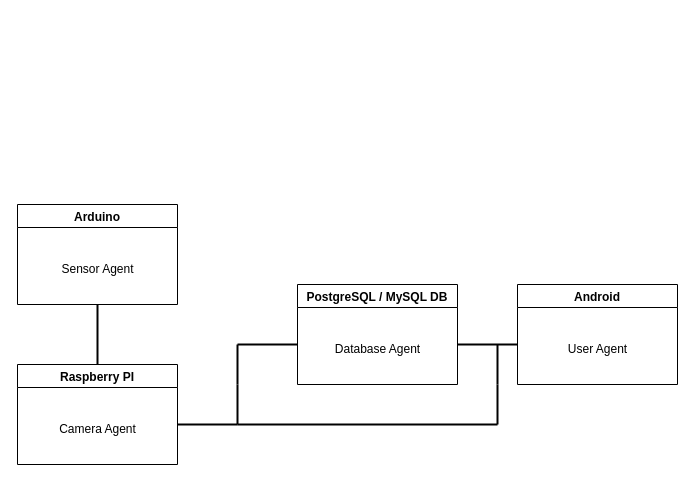
Above: Diagrama_de_deployment.drawio in bmarrao/TPSE (draw.io), before the change. Source tidied: cells renumbered, new cells numbered last; positions are measured from the earlier drawing's top-left corner, leaving out a move shared by most shapes. Both pictures are drawn from the tidied source at 100%, with x=0, y=0 at pixel (17, 24).
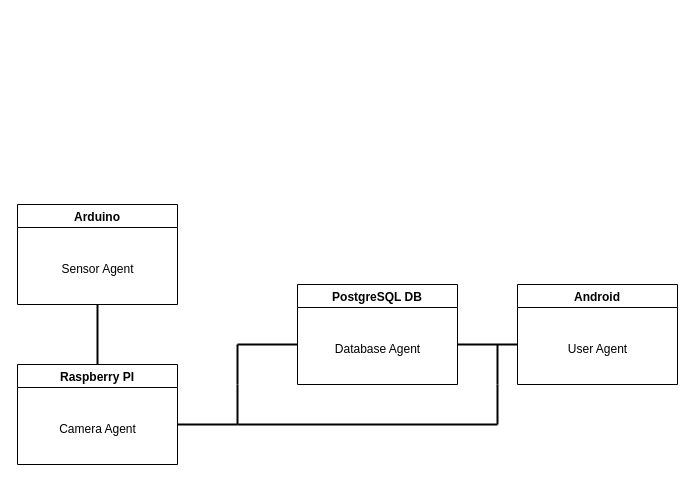
Above is the later version.

Commit message:
Added Database Agent to the schemas

Diff of the diagram source:
```diff
@@
-    <mxCell id="13" value="PostgreSQL / MySQL DB" style="swimlane;" parent="1" vertex="1">
+    <mxCell id="13" value="PostgreSQL DB" style="swimlane;" parent="1" vertex="1">
       <mxGeometry x="280" y="260" width="160" height="100" as="geometry" />
     </mxCell>
```
